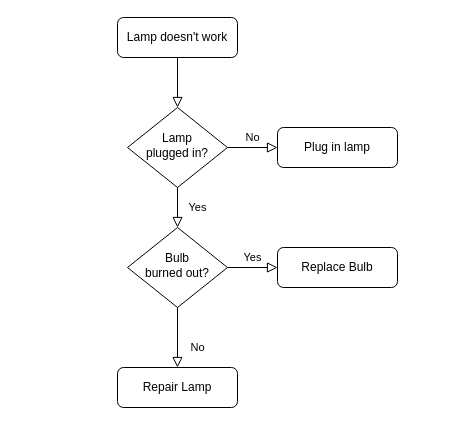
Before: page "Page-1" (1 of 2) of 未命名绘图.drawio in czxvan/DrawIOStorage, a draw.io diagram. Source tidied: cells renumbered, new cells numbered last; positions are measured from the earlier drawing's top-left corner, leaving out a move shared by most shapes. Both pictures are drawn from the tidied source at 100%, with x=0, y=0 at pixel (117, 17).
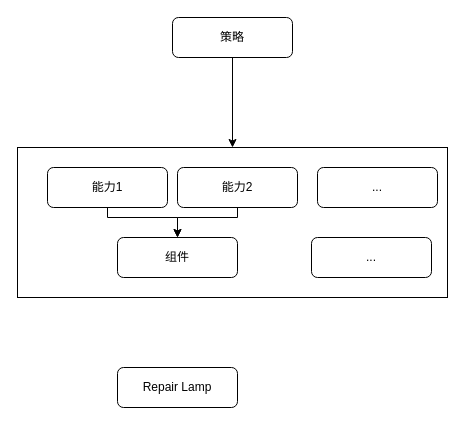
The same page after the edit.

Change to the diagram source:
```diff
@@
 <mxGraphModel>
   <root>
     <mxCell id="0" />
     <mxCell id="1" parent="0" />
-    <mxCell id="2" style="rounded=0;html=1;jettySize=auto;fontSize=11;endArrow=block;endFill=0;endSize=8;strokeWidth=1;shadow=0;labelBackgroundColor=none;edgeStyle=orthogonalEdgeStyle;" parent="1" edge="1" source="3" target="6">
-      <mxGeometry relative="1" as="geometry" />
-    </mxCell>
+    <mxCell id="13" style="rounded=0;whiteSpace=wrap;html=1;" parent="1" vertex="1">
+      <mxGeometry x="-100" y="130" width="430" height="150" as="geometry" />
+    </mxCell>
+    <mxCell id="14" style="edgeStyle=orthogonalEdgeStyle;rounded=0;jettySize=auto;html=1;entryX=0.5;entryY=0;entryDx=0;entryDy=0;" parent="1" edge="1" source="3" target="13">
+      <mxGeometry relative="1" as="geometry" />
+    </mxCell>
-    <mxCell id="3" value="Lamp doesn't work" style="rounded=1;whiteSpace=wrap;html=1;fontSize=12;glass=0;strokeWidth=1;shadow=0;" parent="1" vertex="1">
-      <mxGeometry width="120" height="40" as="geometry" />
+    <mxCell id="3" value="策略" style="rounded=1;whiteSpace=wrap;html=1;fontSize=12;glass=0;strokeWidth=1;shadow=0;" parent="1" vertex="1">
+      <mxGeometry x="55" width="120" height="40" as="geometry" />
     </mxCell>
-    <mxCell id="4" value="Yes" style="rounded=0;html=1;jettySize=auto;fontSize=11;endArrow=block;endFill=0;endSize=8;strokeWidth=1;shadow=0;labelBackgroundColor=none;edgeStyle=orthogonalEdgeStyle;" parent="1" edge="1" source="6" target="10">
-      <mxGeometry y="20" relative="1" as="geometry" />
-    </mxCell>
-    <mxCell id="5" value="No" style="edgeStyle=orthogonalEdgeStyle;rounded=0;html=1;jettySize=auto;fontSize=11;endArrow=block;endFill=0;endSize=8;strokeWidth=1;shadow=0;labelBackgroundColor=none;" parent="1" edge="1" source="6" target="7">
-      <mxGeometry y="10" relative="1" as="geometry" />
-    </mxCell>
-    <mxCell id="6" value="Lamp&lt;br&gt;plugged in?" style="rhombus;whiteSpace=wrap;html=1;shadow=0;fontFamily=Helvetica;fontSize=12;align=center;strokeWidth=1;spacing=6;spacingTop=-4;" parent="1" vertex="1">
-      <mxGeometry x="10" y="90" width="100" height="80" as="geometry" />
-    </mxCell>
+    <mxCell id="15" style="edgeStyle=orthogonalEdgeStyle;rounded=0;jettySize=auto;html=1;entryX=0.5;entryY=0;entryDx=0;entryDy=0;" parent="1" edge="1" source="7" target="17">
+      <mxGeometry relative="1" as="geometry">
+        <Array as="points">
+          <mxPoint x="-10" y="200" />
+          <mxPoint x="60" y="200" />
+        </Array>
+      </mxGeometry>
+    </mxCell>
-    <mxCell id="7" value="Plug in lamp" style="rounded=1;whiteSpace=wrap;html=1;fontSize=12;glass=0;strokeWidth=1;shadow=0;" parent="1" vertex="1">
-      <mxGeometry x="160" y="110" width="120" height="40" as="geometry" />
+    <mxCell id="7" value="能力1" style="rounded=1;whiteSpace=wrap;html=1;fontSize=12;glass=0;strokeWidth=1;shadow=0;" parent="1" vertex="1">
+      <mxGeometry x="-70" y="150" width="120" height="40" as="geometry" />
     </mxCell>
-    <mxCell id="8" value="No" style="rounded=0;html=1;jettySize=auto;fontSize=11;endArrow=block;endFill=0;endSize=8;strokeWidth=1;shadow=0;labelBackgroundColor=none;edgeStyle=orthogonalEdgeStyle;" parent="1" edge="1" source="10" target="11">
-      <mxGeometry x="0.33" y="20" relative="1" as="geometry" />
-    </mxCell>
-    <mxCell id="9" value="Yes" style="edgeStyle=orthogonalEdgeStyle;rounded=0;html=1;jettySize=auto;fontSize=11;endArrow=block;endFill=0;endSize=8;strokeWidth=1;shadow=0;labelBackgroundColor=none;" parent="1" edge="1" source="10" target="12">
-      <mxGeometry y="10" relative="1" as="geometry" />
-    </mxCell>
-    <mxCell id="10" value="Bulb&lt;br&gt;burned out?" style="rhombus;whiteSpace=wrap;html=1;shadow=0;fontFamily=Helvetica;fontSize=12;align=center;strokeWidth=1;spacing=6;spacingTop=-4;" parent="1" vertex="1">
-      <mxGeometry x="10" y="210" width="100" height="80" as="geometry" />
-    </mxCell>
     <mxCell id="11" value="Repair Lamp" style="rounded=1;whiteSpace=wrap;html=1;fontSize=12;glass=0;strokeWidth=1;shadow=0;" parent="1" vertex="1">
       <mxGeometry y="350" width="120" height="40" as="geometry" />
     </mxCell>
+    <mxCell id="16" style="edgeStyle=orthogonalEdgeStyle;rounded=0;jettySize=auto;html=1;exitX=0.5;exitY=1;exitDx=0;exitDy=0;" parent="1" edge="1" source="12">
+      <mxGeometry relative="1" as="geometry">
+        <mxPoint x="60" y="220" as="targetPoint" />
+        <Array as="points">
+          <mxPoint x="120" y="200" />
+          <mxPoint x="60" y="200" />
+        </Array>
+      </mxGeometry>
+    </mxCell>
-    <mxCell id="12" value="Replace Bulb" style="rounded=1;whiteSpace=wrap;html=1;fontSize=12;glass=0;strokeWidth=1;shadow=0;" parent="1" vertex="1">
-      <mxGeometry x="160" y="230" width="120" height="40" as="geometry" />
+    <mxCell id="12" value="能力2" style="rounded=1;whiteSpace=wrap;html=1;fontSize=12;glass=0;strokeWidth=1;shadow=0;" parent="1" vertex="1">
+      <mxGeometry x="60" y="150" width="120" height="40" as="geometry" />
     </mxCell>
+    <mxCell id="17" value="组件" style="rounded=1;whiteSpace=wrap;html=1;fontSize=12;glass=0;strokeWidth=1;shadow=0;" parent="1" vertex="1">
+      <mxGeometry y="220" width="120" height="40" as="geometry" />
+    </mxCell>
+    <mxCell id="18" value="..." style="rounded=1;whiteSpace=wrap;html=1;fontSize=12;glass=0;strokeWidth=1;shadow=0;" parent="1" vertex="1">
+      <mxGeometry x="200" y="150" width="120" height="40" as="geometry" />
+    </mxCell>
+    <mxCell id="19" value="..." style="rounded=1;whiteSpace=wrap;html=1;fontSize=12;glass=0;strokeWidth=1;shadow=0;" parent="1" vertex="1">
+      <mxGeometry x="194" y="220" width="120" height="40" as="geometry" />
+    </mxCell>
   </root>
 </mxGraphModel>
```
